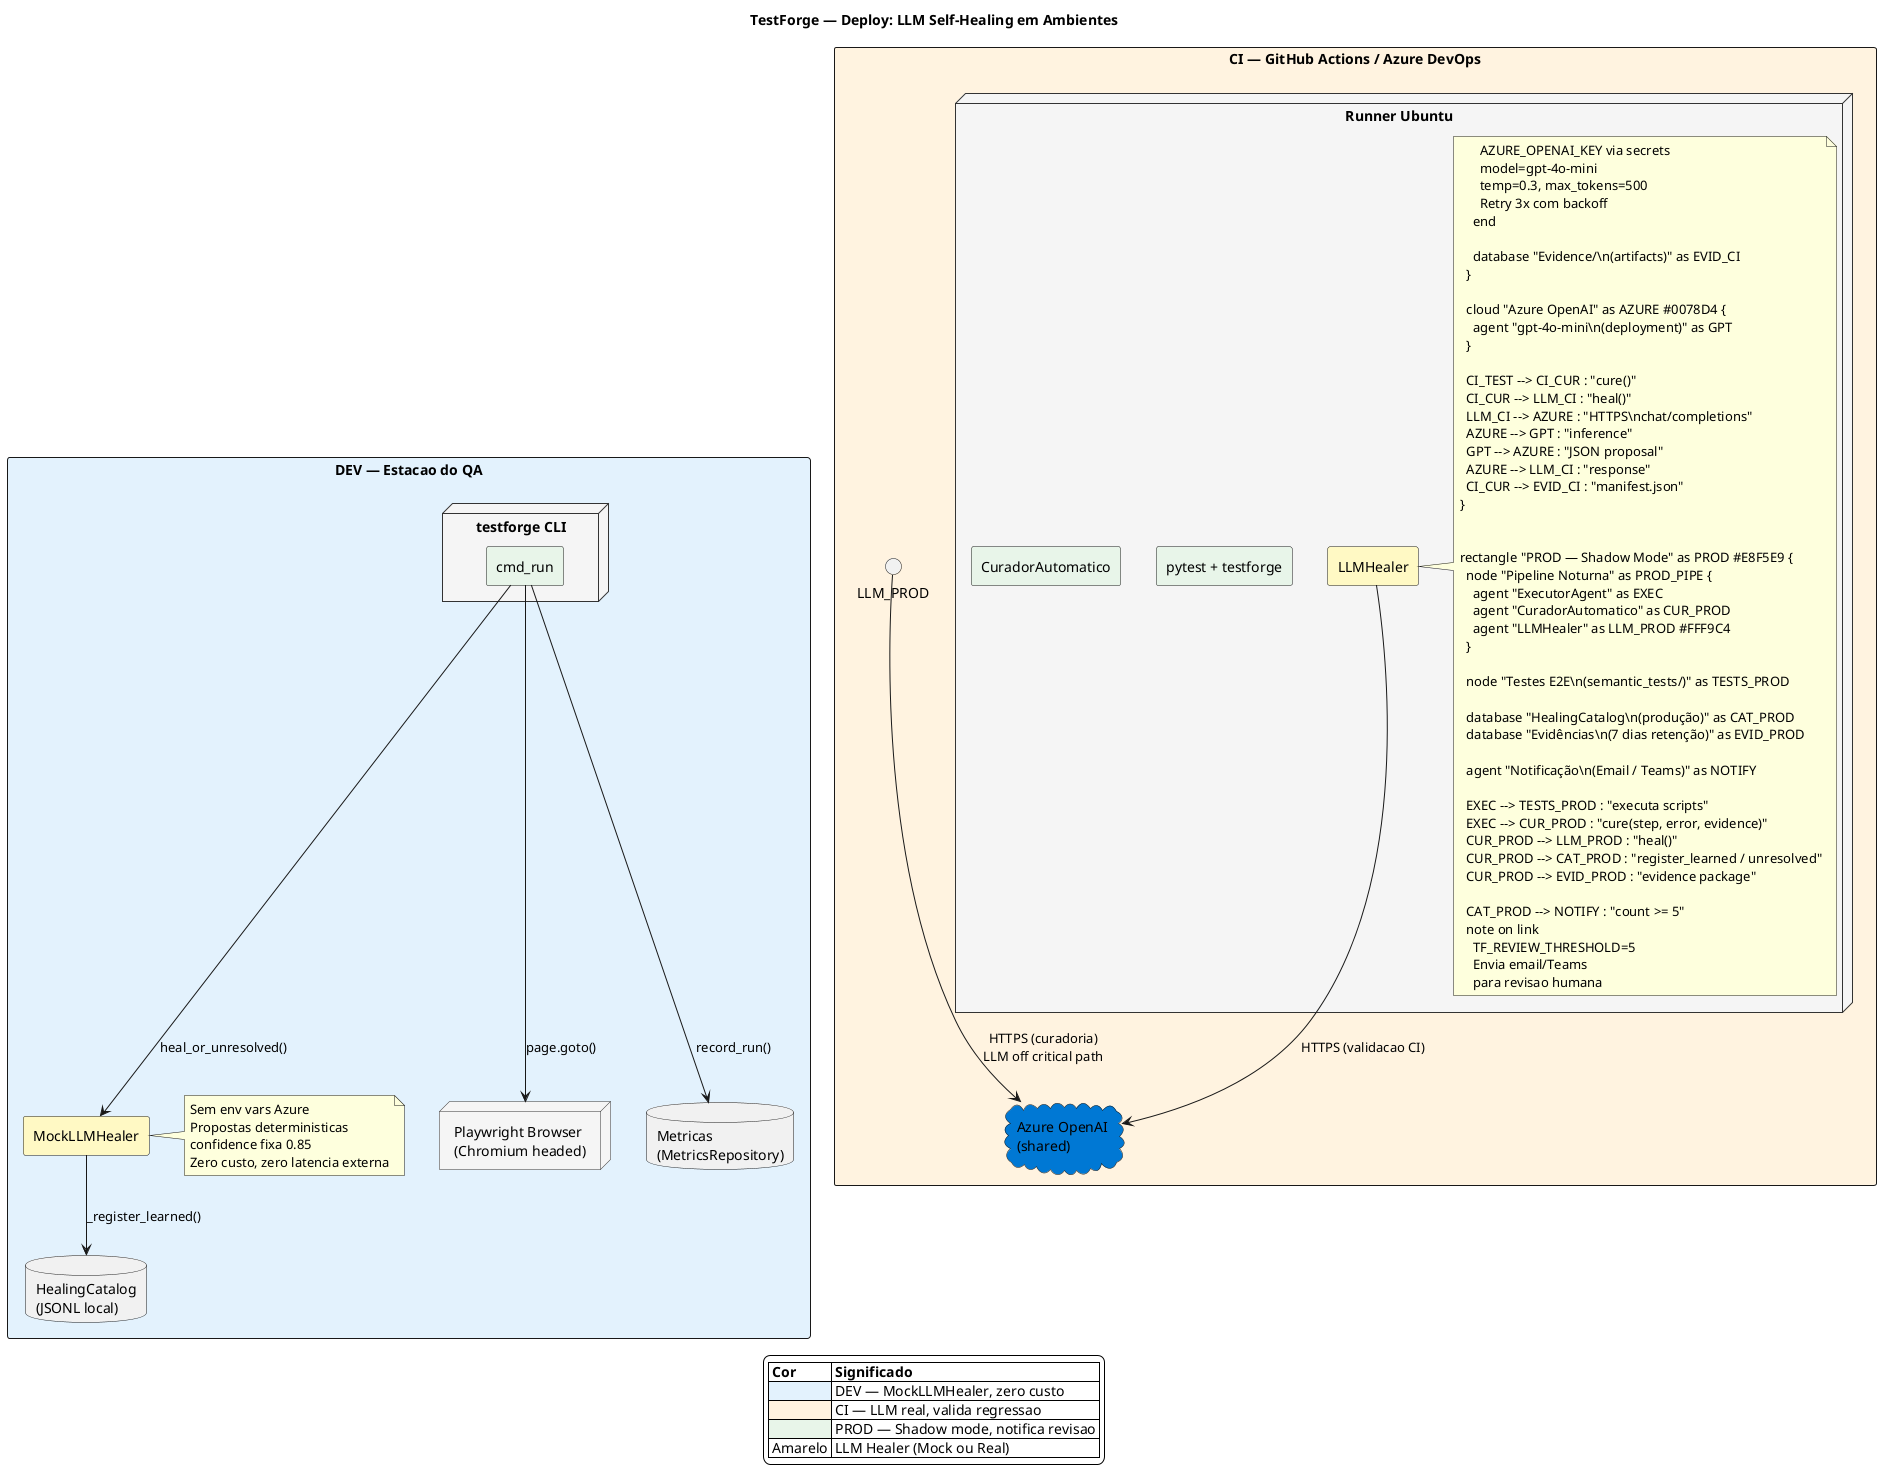
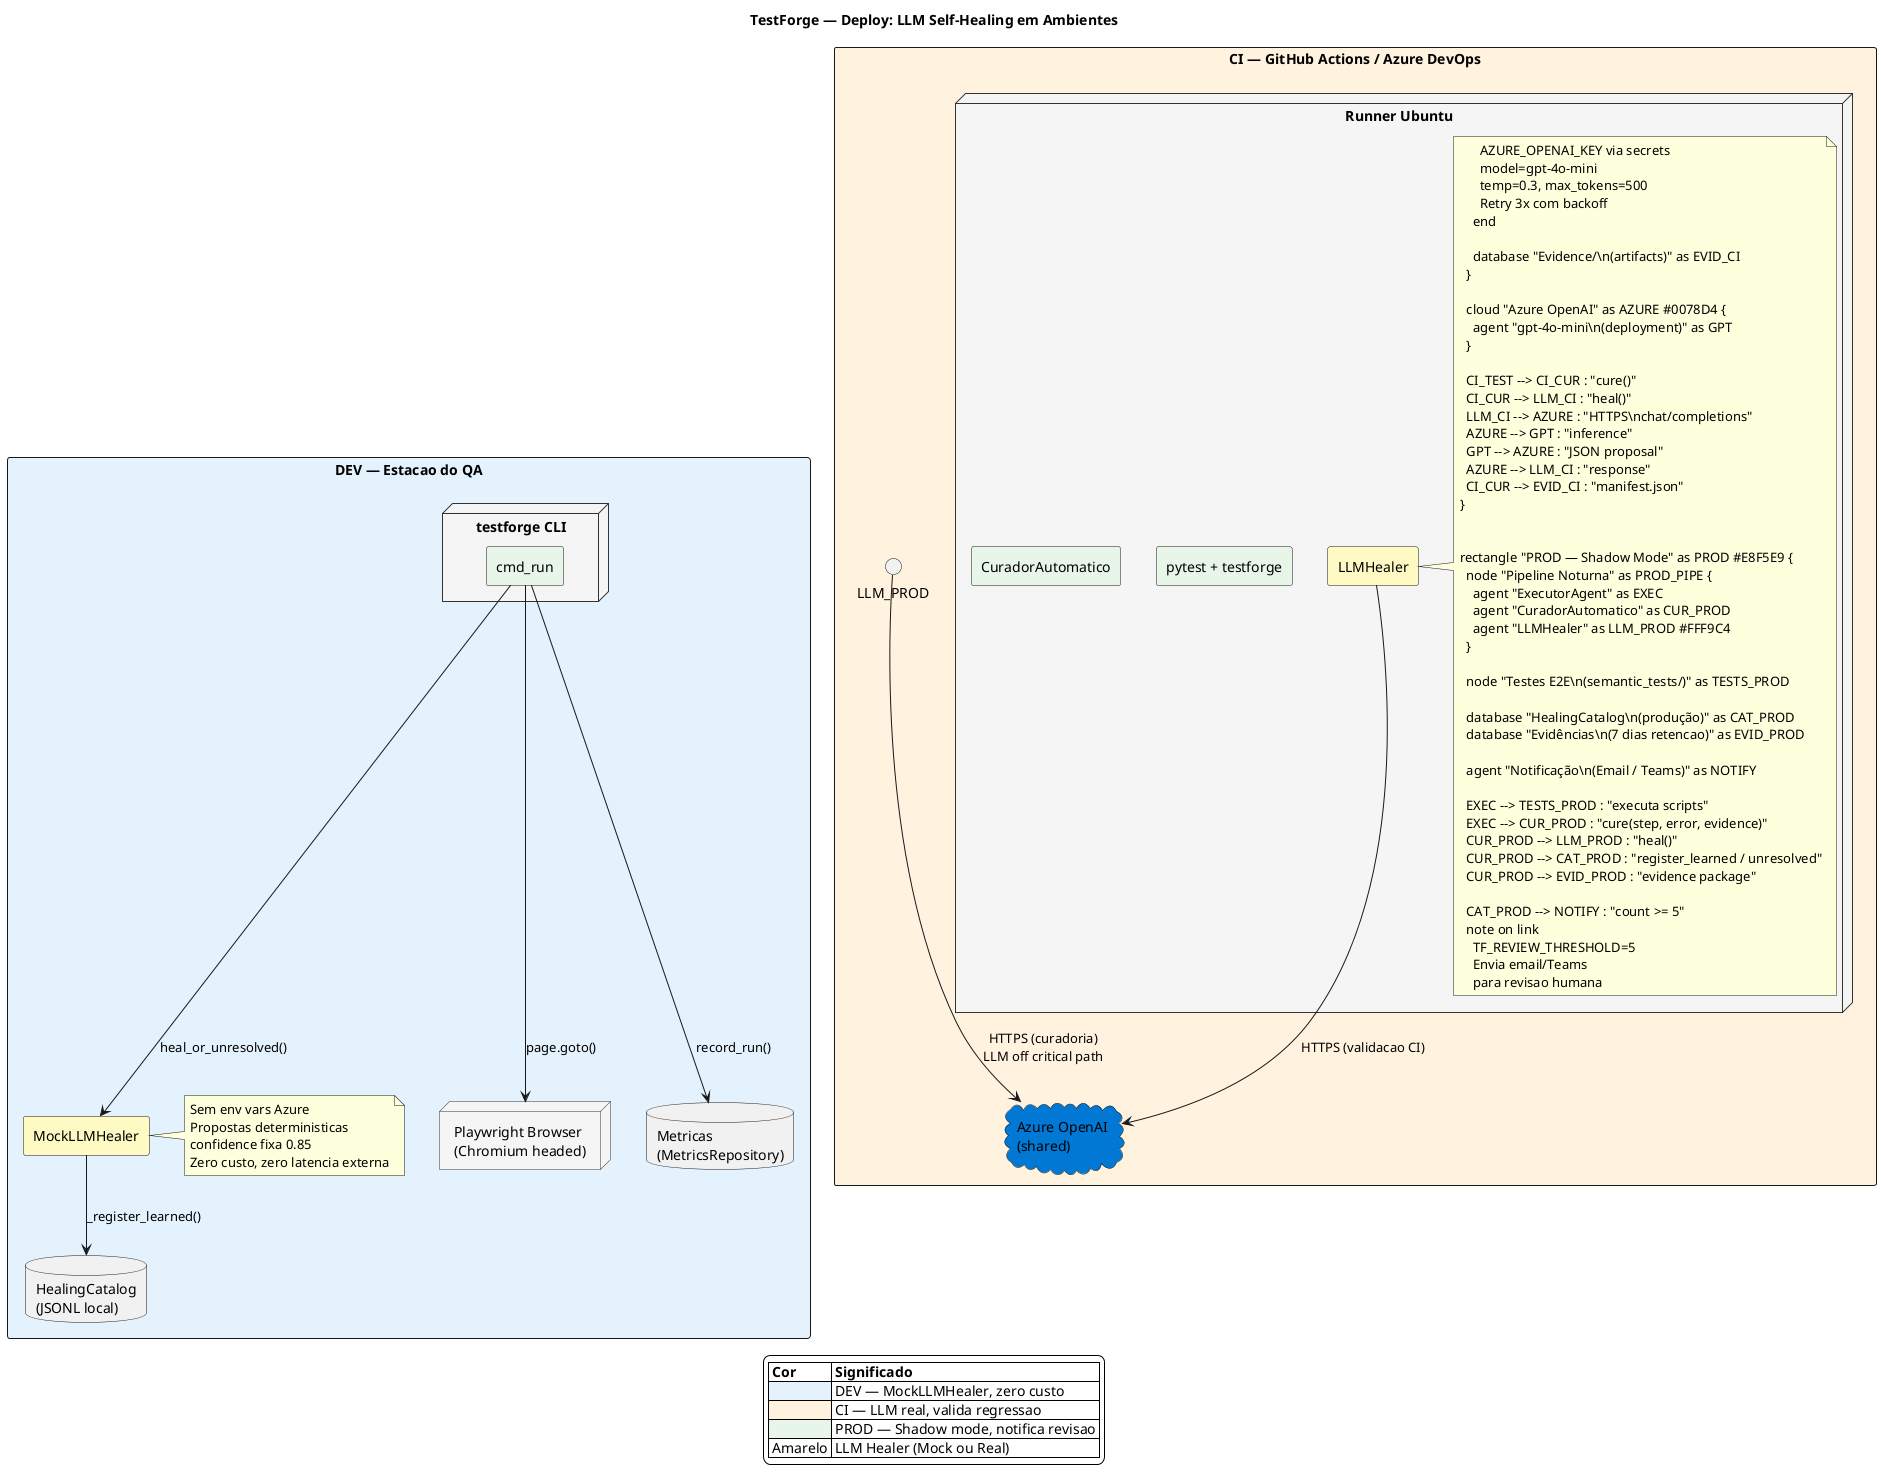
@startuml
title TestForge — Deploy: LLM Self-Healing em Ambientes

skinparam backgroundColor #FFFFFF
skinparam nodeBackgroundColor #F5F5F5
skinparam nodeBorderColor #333333
skinparam agentBackgroundColor #E8F5E9

' === Ambiente: Dev Local ===

rectangle "DEV — Estacao do QA" as DEV #E3F2FD {
  node "testforge CLI" as CLI_DEV {
    agent "cmd_run" as CMD_DEV
  }

  node "Playwright Browser\n(Chromium headed)" as BROWSER_DEV

  agent "MockLLMHealer" as MOCK_DEV #FFF9C4
  note right of MOCK_DEV
    Sem env vars Azure
    Propostas deterministicas
    confidence fixa 0.85
    Zero custo, zero latencia externa
  end note

  database "HealingCatalog\n(JSONL local)" as CAT_DEV
  database "Metricas\n(MetricsRepository)" as MET_DEV

  CMD_DEV --> BROWSER_DEV : "page.goto()"
  CMD_DEV --> MOCK_DEV : "heal_or_unresolved()"
  MOCK_DEV --> CAT_DEV : "_register_learned()"
  CMD_DEV --> MET_DEV : "record_run()"
}

' === Ambiente: CI/CD Pipeline ===

rectangle "CI — GitHub Actions / Azure DevOps" as CI #FFF3E0 {
  node "Runner Ubuntu" as CI_RUNNER {
    agent "pytest + testforge" as CI_TEST
    agent "CuradorAutomatico" as CI_CUR

    agent "LLMHealer" as LLM_CI #FFF9C4
    note right of LLM_CI
      AZURE_OPENAI_KEY via secrets
      model=gpt-4o-mini
      temp=0.3, max_tokens=500
      Retry 3x com backoff
    end

    database "Evidence/\n(artifacts)" as EVID_CI
  }

  cloud "Azure OpenAI" as AZURE #0078D4 {
    agent "gpt-4o-mini\n(deployment)" as GPT
  }

  CI_TEST --> CI_CUR : "cure()"
  CI_CUR --> LLM_CI : "heal()"
  LLM_CI --> AZURE : "HTTPS\nchat/completions"
  AZURE --> GPT : "inference"
  GPT --> AZURE : "JSON proposal"
  AZURE --> LLM_CI : "response"
  CI_CUR --> EVID_CI : "manifest.json"
}

' === Ambiente: Producao (Shadow Mode) ===

rectangle "PROD — Shadow Mode" as PROD #E8F5E9 {
  node "Pipeline Noturna" as PROD_PIPE {
    agent "ExecutorAgent" as EXEC
    agent "CuradorAutomatico" as CUR_PROD
    agent "LLMHealer" as LLM_PROD #FFF9C4
  }

  node "Testes E2E\n(semantic_tests/)" as TESTS_PROD

  database "HealingCatalog\n(produção)" as CAT_PROD
-   database "Evidências\n(7 dias retenção)" as EVID_PROD
+   database "Evidências\n(7 dias retencao)" as EVID_PROD

  agent "Notificação\n(Email / Teams)" as NOTIFY

  EXEC --> TESTS_PROD : "executa scripts"
  EXEC --> CUR_PROD : "cure(step, error, evidence)"
  CUR_PROD --> LLM_PROD : "heal()"
  CUR_PROD --> CAT_PROD : "register_learned / unresolved"
  CUR_PROD --> EVID_PROD : "evidence package"

  CAT_PROD --> NOTIFY : "count >= 5"
  note on link
    TF_REVIEW_THRESHOLD=5
    Envia email/Teams
    para revisao humana
  end note
}

' === Cross-cutting ===

cloud "Azure OpenAI\n(shared)" as AZURE_SHARED #0078D4 {
}

LLM_PROD --> AZURE_SHARED : "HTTPS (curadoria)\nLLM off critical path"
LLM_CI --> AZURE_SHARED : "HTTPS (validacao CI)"

' === Legend ===

legend bottom
  |= Cor |= Significado |
  | <#E3F2FD> | DEV — MockLLMHealer, zero custo |
  | <#FFF3E0> | CI — LLM real, valida regressao |
  | <#E8F5E9> | PROD — Shadow mode, notifica revisao |
  | Amarelo | LLM Healer (Mock ou Real) |
endlegend

@enduml
